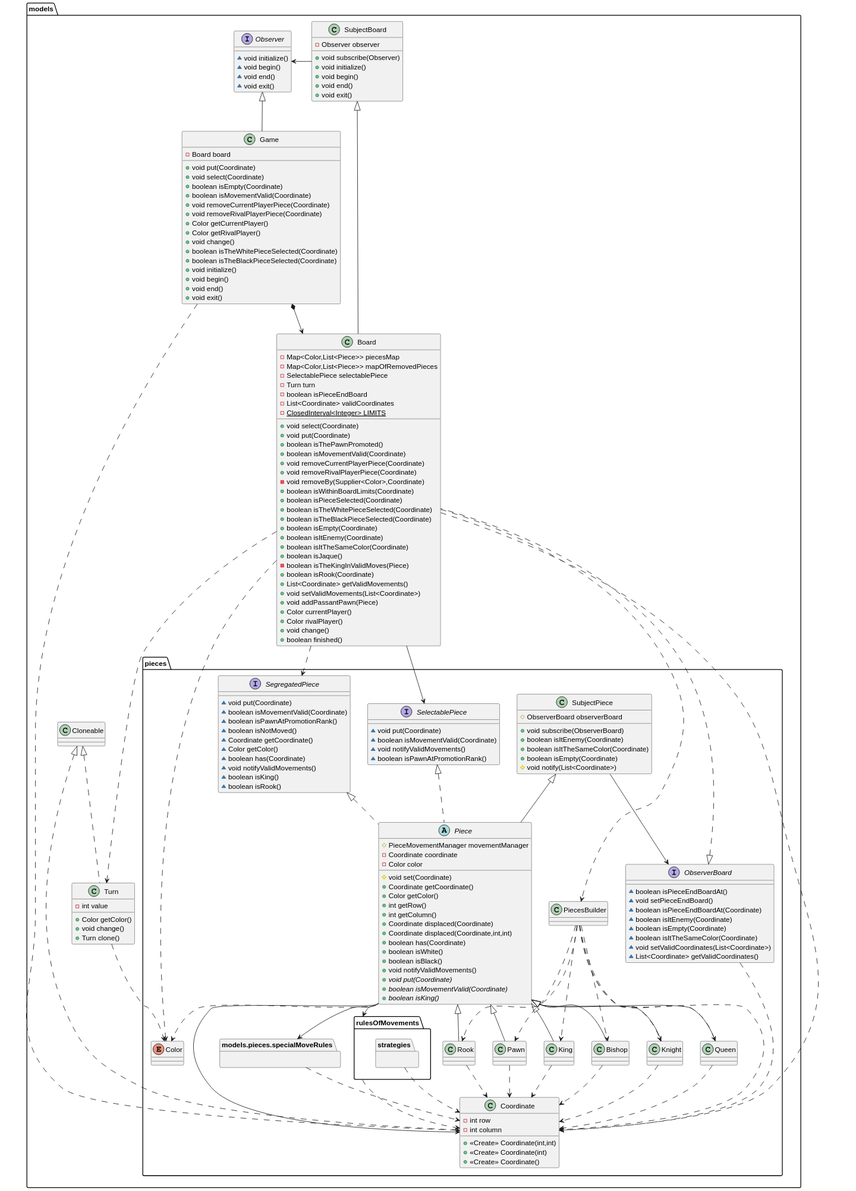
pcarroza/ajedrez-java keeps this PlantUML diagram as docs/images/models.svg. Above is the earlier version. Source of this version:
```plantuml
@startuml
interface models.pieces.SelectablePiece {
~ void put(Coordinate)
~ boolean isMovementValid(Coordinate)
~ void notifyValidMovements()
~ boolean isPawnAtPromotionRank()
}

class models.pieces.PiecesBuilder {
}

enum models.pieces.Color {
}

interface models.Observer {
~ void initialize()
~ void begin()
~ void end()
~ void exit()
}

class models.pieces.Coordinate {
- int row
- int column
+ <<Create>> Coordinate(int,int)
+ <<Create>> Coordinate(int)
+ <<Create>> Coordinate()
}

class models.Board {
- Map<Color,List<Piece>> piecesMap
- Map<Color,List<Piece>> mapOfRemovedPieces
- SelectablePiece selectablePiece
- Turn turn
- boolean isPieceEndBoard
- List<Coordinate> validCoordinates
- {static} ClosedInterval<Integer> LIMITS
+ void select(Coordinate)
+ void put(Coordinate)
+ boolean isThePawnPromoted()
+ boolean isMovementValid(Coordinate)
+ void removeCurrentPlayerPiece(Coordinate)
+ void removeRivalPlayerPiece(Coordinate)
- void removeBy(Supplier<Color>,Coordinate)
+ boolean isWithinBoardLimits(Coordinate)
+ boolean isPieceSelected(Coordinate)
+ boolean isTheWhitePieceSelected(Coordinate)
+ boolean isTheBlackPieceSelected(Coordinate)
+ boolean isEmpty(Coordinate)
+ boolean isItEnemy(Coordinate)
+ boolean isItTheSameColor(Coordinate)
+ boolean isJaque()
- boolean isTheKingInValidMoves(Piece)
+ boolean isRook(Coordinate)
+ List<Coordinate> getValidMovements()
+ void setValidMovements(List<Coordinate>)
+ void addPassantPawn(Piece)
+ Color currentPlayer()
+ Color rivalPlayer()
+ void change()
+ boolean finished()
}

interface models.pieces.ObserverBoard {
~ boolean isPieceEndBoardAt()
~ void setPieceEndBoard()
~ boolean isPieceEndBoardAt(Coordinate)
~ boolean isItEnemy(Coordinate)
~ boolean isEmpty(Coordinate)
~ boolean isItTheSameColor(Coordinate)
~ void setValidCoordinates(List<Coordinate>)
~ List<Coordinate> getValidCoordinates()
}

class models.Game {
- Board board
+ void put(Coordinate)
+ void select(Coordinate)
+ boolean isEmpty(Coordinate)
+ boolean isMovementValid(Coordinate)
+ void removeCurrentPlayerPiece(Coordinate)
+ void removeRivalPlayerPiece(Coordinate)
+ Color getCurrentPlayer()
+ Color getRivalPlayer()
+ void change()
+ boolean isTheWhitePieceSelected(Coordinate)
+ boolean isTheBlackPieceSelected(Coordinate)
+ void initialize()
+ void begin()
+ void end()
+ void exit()
}

interface models.pieces.SegregatedPiece {
~ void put(Coordinate)
~ boolean isMovementValid(Coordinate)
~ boolean isPawnAtPromotionRank()
~ boolean isNotMoved()
~ Coordinate getCoordinate()
~ Color getColor()
~ boolean has(Coordinate)
~ void notifyValidMovements()
~ boolean isKing()
~ boolean isRook()
}


abstract class models.pieces.Piece {
# PieceMovementManager movementManager
- Coordinate coordinate
- Color color
# void set(Coordinate)
+ Coordinate getCoordinate()
+ Color getColor()
+ int getRow()
+ int getColumn()
+ Coordinate displaced(Coordinate)
+ Coordinate displaced(Coordinate,int,int)
+ boolean has(Coordinate)
+ boolean isWhite()
+ boolean isBlack()
+ void notifyValidMovements()
+ {abstract}void put(Coordinate)
+ {abstract}boolean isMovementValid(Coordinate)
+ {abstract}boolean isKing()
}

class models.pieces.SubjectPiece {
# ObserverBoard observerBoard
+ void subscribe(ObserverBoard)
+ boolean isItEnemy(Coordinate)
+ boolean isItTheSameColor(Coordinate)
+ boolean isEmpty(Coordinate)
# void notify(List<Coordinate>)
}

class models.Turn {
- int value
+ Color getColor()
+ void change()
+ Turn clone()
}

class models.SubjectBoard {
- Observer observer
+ void subscribe(Observer)
+ void initialize()
+ void begin()
+ void end()
+ void exit()
}

package models.pieces.rulesOfMovements {
}

package models.pieces.rulesOfMovements.strategies {
}

package models.pieces.specialMoveRules {}

models.pieces.Piece <|-- models.pieces.Bishop
models.pieces.Piece <|-- models.pieces.Knight
models.Cloneable <|.. models.pieces.Coordinate
models.pieces.ObserverBoard <|.. models.Board
models.Observer <|-- models.Game
models.Game *--> models.Board
models.Game ..> models.pieces.Coordinate
models.Board ...> models.Turn
models.Board ..> models.pieces.Color
models.Board ..> models.pieces.Coordinate
models.Board ..> models.pieces.PiecesBuilder
models.Board --> models.pieces.SelectablePiece
models.Board ..> models.pieces.SegregatedPiece
models.Turn ..> models.pieces.Color
models.pieces.ObserverBoard ..> models.pieces.Coordinate
models.SubjectBoard <|-- models.Board
models.SubjectBoard -left-> models.Observer
models.pieces.SelectablePiece <|.. models.pieces.Piece
models.pieces.SegregatedPiece <|.. models.pieces.Piece
models.pieces.SubjectPiece --> models.pieces.ObserverBoard
models.pieces.SubjectPiece <|-- models.pieces.Piece
models.pieces.Piece <|-- models.pieces.Queen
models.pieces.Piece <|-- models.pieces.Rook
models.pieces.Piece <|-- models.pieces.Pawn
models.pieces.Piece ..> models.pieces.Color
models.pieces.Piece -right-> models.pieces.Coordinate
models.Cloneable <|.. models.Turn
models.pieces.Piece <|-- models.pieces.King
models.pieces.Piece --> models.pieces.specialMoveRules
models.pieces.PiecesBuilder ..> models.pieces.Pawn
models.pieces.PiecesBuilder ..> models.pieces.Rook
models.pieces.PiecesBuilder ..> models.pieces.King
models.pieces.PiecesBuilder ..> models.pieces.Queen
models.pieces.PiecesBuilder ..> models.pieces.Bishop
models.pieces.PiecesBuilder ..> models.pieces.Knight
models.pieces.PiecesBuilder ..> models.pieces.Coordinate
models.pieces.Rook ..> models.pieces.Coordinate
models.pieces.King ..> models.pieces.Coordinate
models.pieces.Queen ..> models.pieces.Coordinate
models.pieces.Bishop ..> models.pieces.Coordinate
models.pieces.Knight ..> models.pieces.Coordinate
models.pieces.Pawn ..> models.pieces.Coordinate
models.pieces.Piece --> models.pieces.rulesOfMovements
models.pieces.rulesOfMovements ..> models.pieces.Coordinate
models.pieces.rulesOfMovements.strategies ..> models.pieces.Coordinate
models.pieces.specialMoveRules ..> models.pieces.Coordinate
@enduml
```
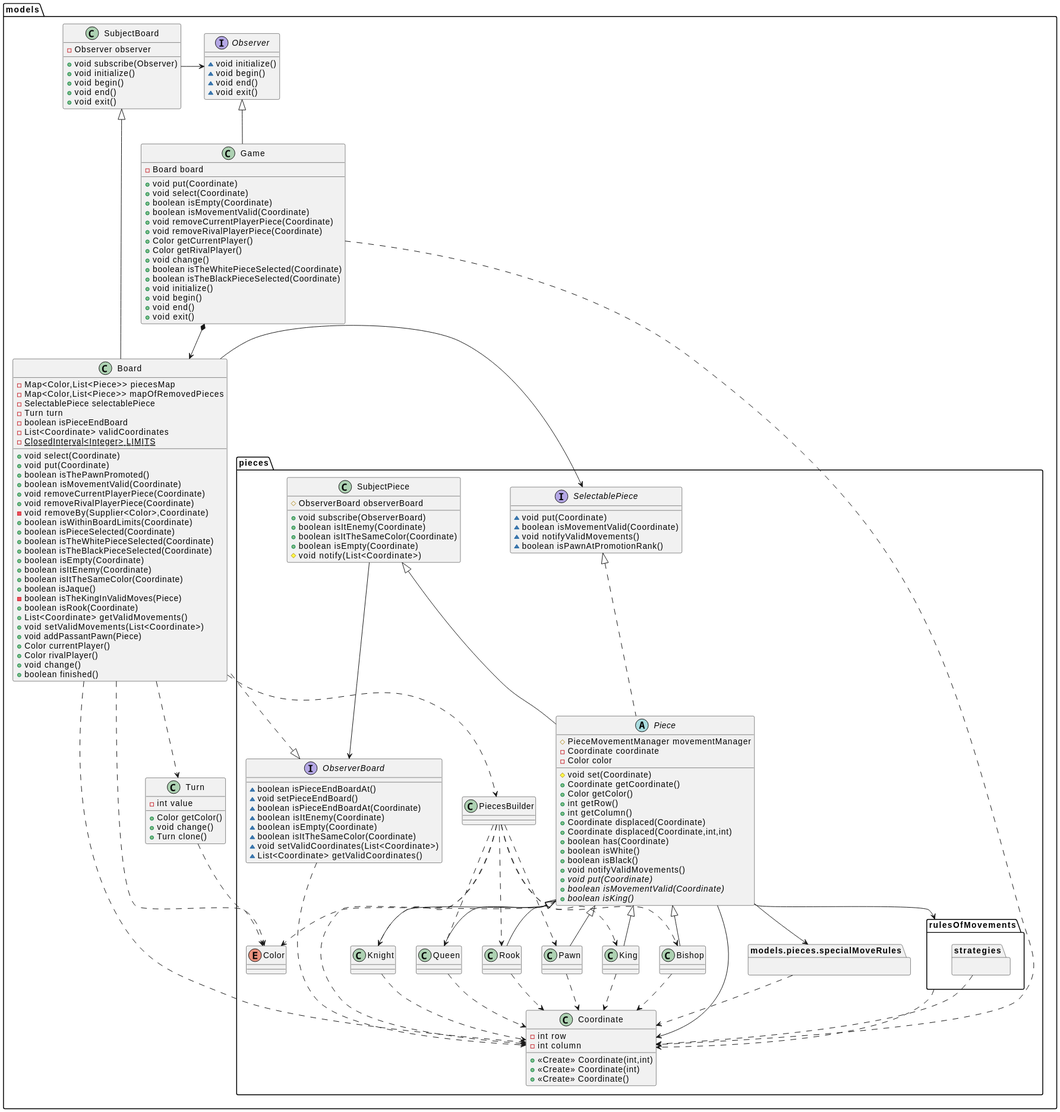
After the change.

The edit, as a diff of the source:
```diff
@@ -91,20 +91,6 @@
 + void exit()
 }
 
-interface models.pieces.SegregatedPiece {
-~ void put(Coordinate)
-~ boolean isMovementValid(Coordinate)
-~ boolean isPawnAtPromotionRank()
-~ boolean isNotMoved()
-~ Coordinate getCoordinate()
-~ Color getColor()
-~ boolean has(Coordinate)
-~ void notifyValidMovements()
-~ boolean isKing()
-~ boolean isRook()
-}
-
-
 abstract class models.pieces.Piece {
 # PieceMovementManager movementManager
 - Coordinate coordinate
@@ -160,31 +146,27 @@
 
 models.pieces.Piece <|-- models.pieces.Bishop
 models.pieces.Piece <|-- models.pieces.Knight
-models.Cloneable <|.. models.pieces.Coordinate
 models.pieces.ObserverBoard <|.. models.Board
 models.Observer <|-- models.Game
 models.Game *--> models.Board
 models.Game ..> models.pieces.Coordinate
-models.Board ...> models.Turn
+models.Board ..> models.Turn
 models.Board ..> models.pieces.Color
 models.Board ..> models.pieces.Coordinate
 models.Board ..> models.pieces.PiecesBuilder
 models.Board --> models.pieces.SelectablePiece
-models.Board ..> models.pieces.SegregatedPiece
 models.Turn ..> models.pieces.Color
 models.pieces.ObserverBoard ..> models.pieces.Coordinate
 models.SubjectBoard <|-- models.Board
-models.SubjectBoard -left-> models.Observer
+models.SubjectBoard -right-> models.Observer
 models.pieces.SelectablePiece <|.. models.pieces.Piece
-models.pieces.SegregatedPiece <|.. models.pieces.Piece
 models.pieces.SubjectPiece --> models.pieces.ObserverBoard
 models.pieces.SubjectPiece <|-- models.pieces.Piece
 models.pieces.Piece <|-- models.pieces.Queen
 models.pieces.Piece <|-- models.pieces.Rook
 models.pieces.Piece <|-- models.pieces.Pawn
 models.pieces.Piece ..> models.pieces.Color
-models.pieces.Piece -right-> models.pieces.Coordinate
-models.Cloneable <|.. models.Turn
+models.pieces.Piece --> models.pieces.Coordinate
 models.pieces.Piece <|-- models.pieces.King
 models.pieces.Piece --> models.pieces.specialMoveRules
 models.pieces.PiecesBuilder ..> models.pieces.Pawn
```
